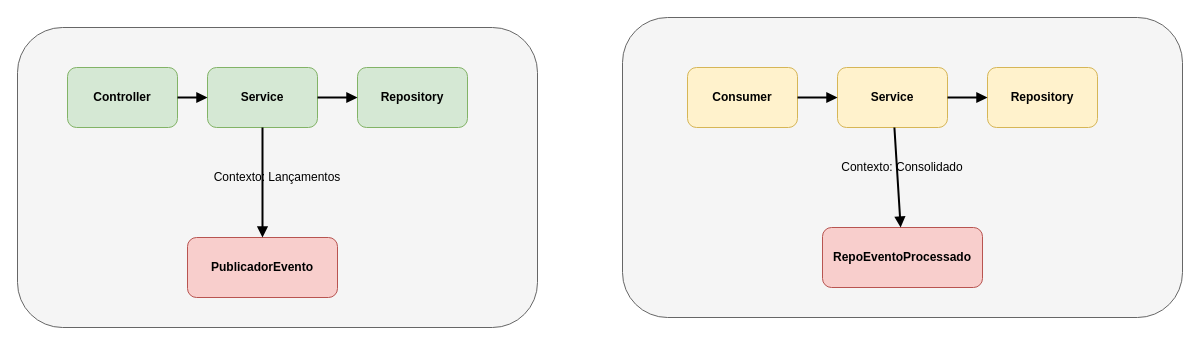
Earlier version of the draw.io diagram docs/diagramas/drawio/03-componentes.drawio (jbjares/servico-controle-lancamentos-consolidado). Source tidied: cells renumbered, new cells numbered last; positions are measured from the earlier drawing's top-left corner, leaving out a move shared by most shapes. Both pictures are drawn from the tidied source at 100%, with x=0, y=0 at pixel (17, 17).
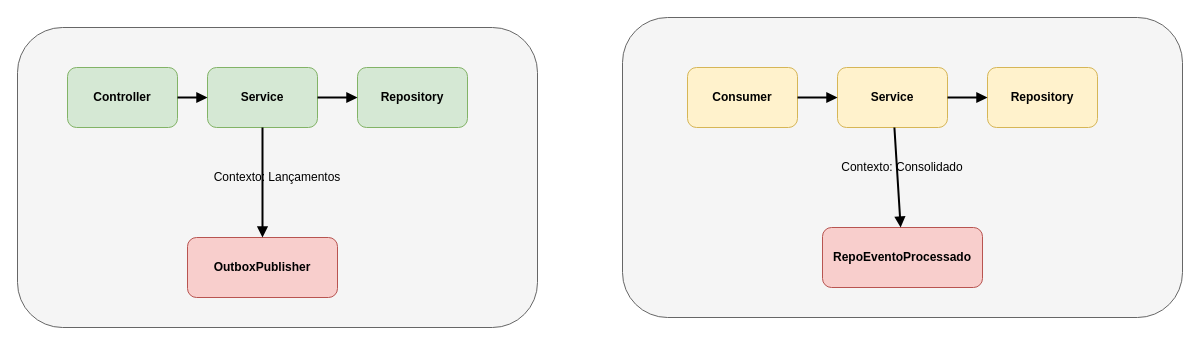
After the change.

Change to the diagram source:
```diff
@@
 <mxGraphModel>
   <root>
     <mxCell id="0" />
     <mxCell id="1" parent="0" />
     <mxCell id="2" value="Contexto: Lançamentos" style="rounded=1;whiteSpace=wrap;html=1;fillColor=#f5f5f5;strokeColor=#666666;dashed=0;" parent="1" vertex="1">
       <mxGeometry y="10" width="520" height="300" as="geometry" />
     </mxCell>
     <mxCell id="3" value="Controller" style="rounded=1;whiteSpace=wrap;html=1;fillColor=#d5e8d4;strokeColor=#82b366;fontStyle=1;" parent="1" vertex="1">
       <mxGeometry x="50" y="50" width="110" height="60" as="geometry" />
     </mxCell>
     <mxCell id="4" value="Service" style="rounded=1;whiteSpace=wrap;html=1;fillColor=#d5e8d4;strokeColor=#82b366;fontStyle=1;" parent="1" vertex="1">
       <mxGeometry x="190" y="50" width="110" height="60" as="geometry" />
     </mxCell>
     <mxCell id="5" value="Repository" style="rounded=1;whiteSpace=wrap;html=1;fillColor=#d5e8d4;strokeColor=#82b366;fontStyle=1;" parent="1" vertex="1">
       <mxGeometry x="340" y="50" width="110" height="60" as="geometry" />
     </mxCell>
-    <mxCell id="6" value="PublicadorEvento" style="rounded=1;whiteSpace=wrap;html=1;fillColor=#f8cecc;strokeColor=#b85450;fontStyle=1;" parent="1" vertex="1">
+    <mxCell id="6" value="OutboxPublisher" style="rounded=1;whiteSpace=wrap;html=1;fillColor=#f8cecc;strokeColor=#b85450;fontStyle=1;" parent="1" vertex="1">
       <mxGeometry x="170" y="220" width="150" height="60" as="geometry" />
     </mxCell>
     <mxCell id="7" style="endArrow=block;html=1;rounded=0;strokeWidth=2;" parent="1" edge="1" source="3" target="4">
       <mxGeometry relative="1" as="geometry" />
     </mxCell>
     <mxCell id="8" style="endArrow=block;html=1;rounded=0;strokeWidth=2;" parent="1" edge="1" source="4" target="5">
       <mxGeometry relative="1" as="geometry" />
     </mxCell>
     <mxCell id="9" style="endArrow=block;html=1;rounded=0;strokeWidth=2;" parent="1" edge="1" source="4" target="6">
       <mxGeometry relative="1" as="geometry" />
     </mxCell>
     <mxCell id="10" value="Contexto: Consolidado" style="rounded=1;whiteSpace=wrap;html=1;fillColor=#f5f5f5;strokeColor=#666666;dashed=0;" parent="1" vertex="1">
       <mxGeometry x="605" width="560" height="300" as="geometry" />
     </mxCell>
     <mxCell id="11" value="Consumer" style="rounded=1;whiteSpace=wrap;html=1;fillColor=#fff2cc;strokeColor=#d6b656;fontStyle=1;" parent="1" vertex="1">
       <mxGeometry x="670" y="50" width="110" height="60" as="geometry" />
     </mxCell>
     <mxCell id="12" value="Service" style="rounded=1;whiteSpace=wrap;html=1;fillColor=#fff2cc;strokeColor=#d6b656;fontStyle=1;" parent="1" vertex="1">
       <mxGeometry x="820" y="50" width="110" height="60" as="geometry" />
     </mxCell>
     <mxCell id="13" value="Repository" style="rounded=1;whiteSpace=wrap;html=1;fillColor=#fff2cc;strokeColor=#d6b656;fontStyle=1;" parent="1" vertex="1">
       <mxGeometry x="970" y="50" width="110" height="60" as="geometry" />
     </mxCell>
     <mxCell id="14" value="RepoEventoProcessado" style="rounded=1;whiteSpace=wrap;html=1;fillColor=#f8cecc;strokeColor=#b85450;fontStyle=1;" parent="1" vertex="1">
       <mxGeometry x="805" y="210" width="160" height="60" as="geometry" />
     </mxCell>
     <mxCell id="15" style="endArrow=block;html=1;rounded=0;strokeWidth=2;" parent="1" edge="1" source="11" target="12">
       <mxGeometry relative="1" as="geometry" />
     </mxCell>
     <mxCell id="16" style="endArrow=block;html=1;rounded=0;strokeWidth=2;" parent="1" edge="1" source="12" target="13">
       <mxGeometry relative="1" as="geometry" />
     </mxCell>
     <mxCell id="17" style="endArrow=block;html=1;rounded=0;strokeWidth=2;" parent="1" edge="1" source="12" target="14">
       <mxGeometry relative="1" as="geometry" />
     </mxCell>
   </root>
 </mxGraphModel>
```
